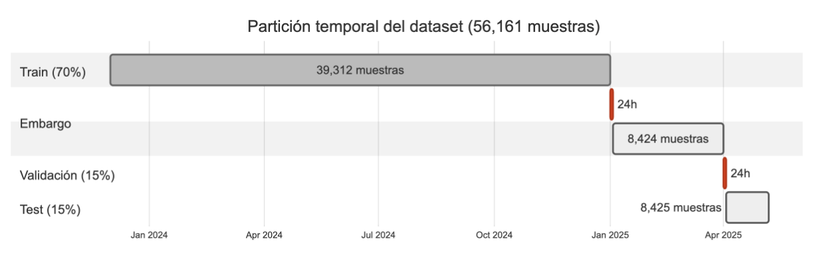
Above: public/figures/fig_temporal_split.png in alejandrogonzalz/trading_management (Mermaid), before the change. Its source is kept beside it as public/figures/src/fig_temporal_split.mmd.
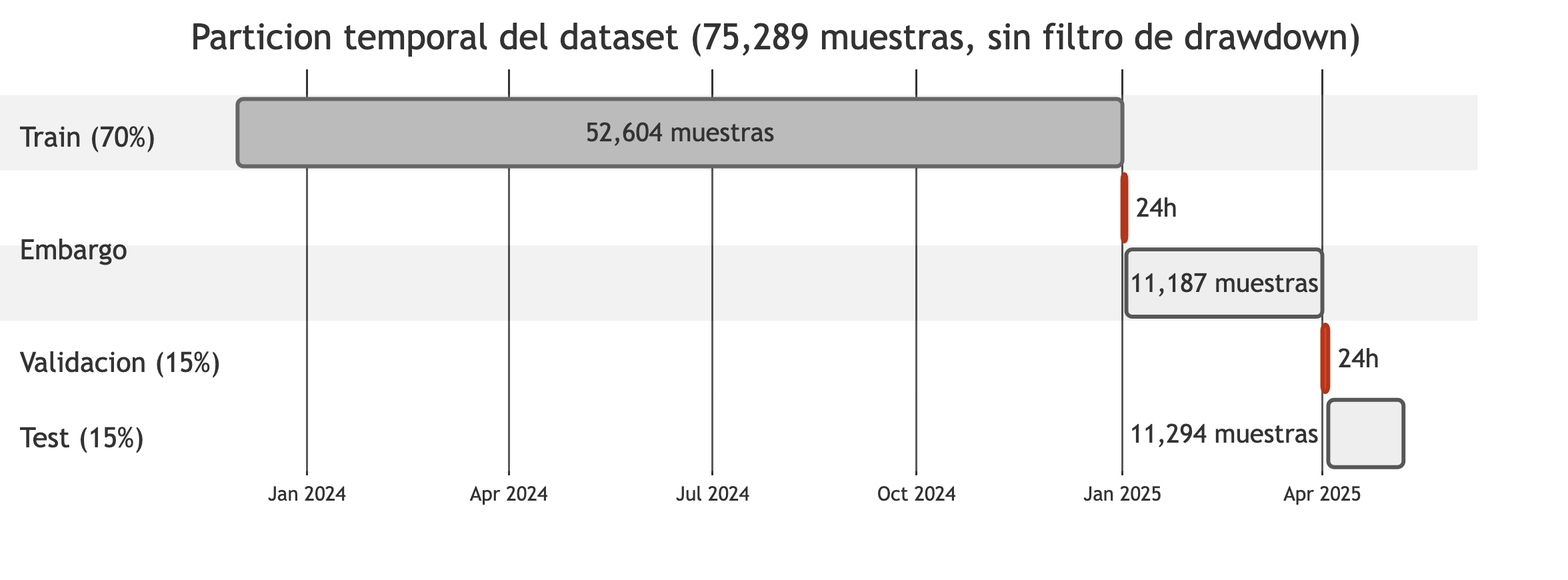
After the commit.

What changed in the source:
```diff
@@ -1,20 +1,20 @@
-%%{init: {'theme':'neutral', 'gantt': {'barHeight': 34, 'fontSize': 13, 'sectionFontSize': 14, 'leftPadding': 110}}}%%
+%%{init: {'theme':'neutral', 'gantt': {'barHeight': 34, 'fontSize': 13, 'sectionFontSize': 14, 'leftPadding': 120}}}%%
 gantt
-    title Partición temporal del dataset (56,161 muestras)
+    title Particion temporal del dataset (75,289 muestras, sin filtro de drawdown)
     dateFormat YYYY-MM-DD
     axisFormat %b %Y
 
     section Train (70%)
-    39,312 muestras                :done, train, 2023-12-01, 2025-01-01
+    52,604 muestras                :done, train, 2023-12-01, 2025-01-01
 
     section Embargo
     24h                            :crit, emb1, 2025-01-01, 2d
 
-    section Validación (15%)
-    8,424 muestras                 :active, val, 2025-01-03, 2025-04-01
+    section Validacion (15%)
+    11,187 muestras                :active, val, 2025-01-03, 2025-04-01
 
     section Embargo
     24h                            :crit, emb2, 2025-04-01, 2d
 
     section Test (15%)
-    8,425 muestras                 :active, test, 2025-04-03, 2025-05-07
+    11,294 muestras                :active, test, 2025-04-03, 2025-05-07
```
